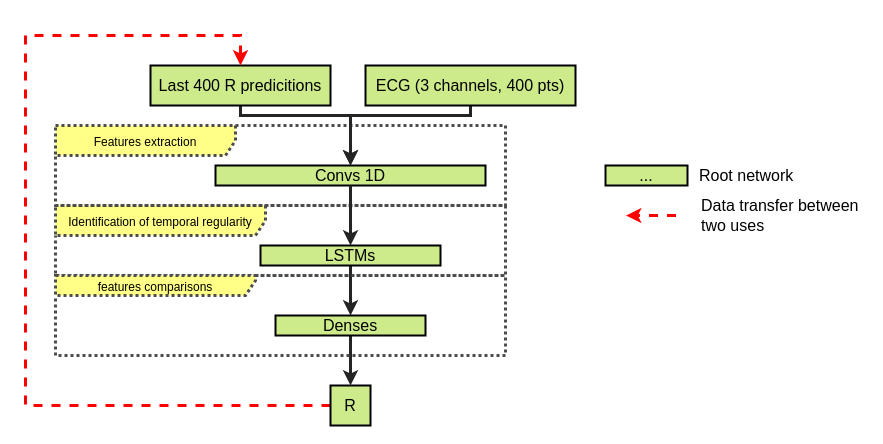
Before: page "V-2" (2 of 4) of Model.drawio in melpiro/Chess, a draw.io diagram. Source tidied: cells renumbered, new cells numbered last; positions are measured from the earlier drawing's top-left corner, leaving out a move shared by most shapes. Both pictures are drawn from the tidied source at 100%, with x=0, y=0 at pixel (25, 35).
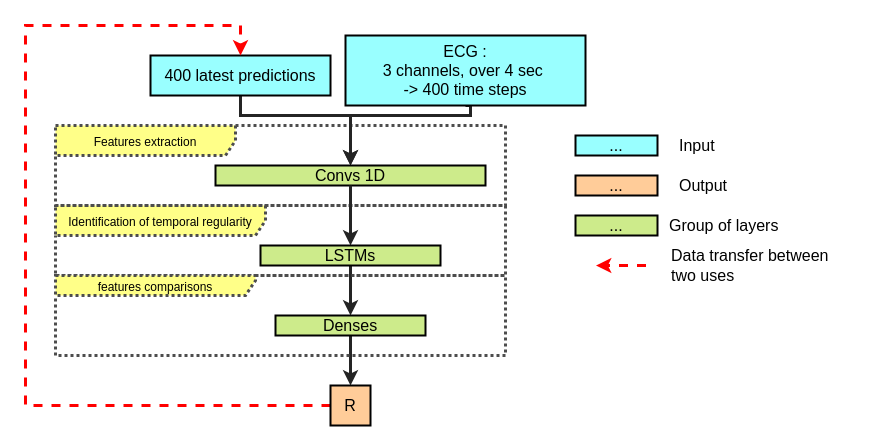
The same diagram, later.

What changed in the source:
```diff
@@
-    <mxCell id="5" value="ECG (3 channels, 400 pts)" style="rounded=0;whiteSpace=wrap;html=1;fillColor=#cdeb8b;strokeColor=#000000;fontColor=#000000;fontSize=16;strokeWidth=2;" parent="1" vertex="1">
-      <mxGeometry x="340" y="30" width="210" height="40" as="geometry" />
+    <mxCell id="5" value="ECG :&lt;br&gt;3 channels, over 4 sec&amp;nbsp;&lt;br&gt;-&amp;gt; 400&amp;nbsp;&lt;span&gt;time steps&lt;/span&gt;" style="rounded=0;whiteSpace=wrap;html=1;fillColor=#99FFFF;strokeColor=#000000;fontColor=#000000;fontSize=16;strokeWidth=2;" parent="1" vertex="1">
+      <mxGeometry x="320" width="240" height="70" as="geometry" />
     </mxCell>
@@
-    <mxCell id="7" value="Last 400 R predicitions" style="rounded=0;whiteSpace=wrap;html=1;fillColor=#cdeb8b;fontSize=16;fontColor=#000000;strokeColor=#000000;strokeWidth=2;" parent="1" vertex="1">
-      <mxGeometry x="125" y="30" width="180" height="40" as="geometry" />
+    <mxCell id="7" value="400 latest predictions" style="rounded=0;whiteSpace=wrap;html=1;fillColor=#99FFFF;fontSize=16;fontColor=#000000;strokeColor=#000000;strokeWidth=2;" parent="1" vertex="1">
+      <mxGeometry x="125" y="20" width="180" height="40" as="geometry" />
     </mxCell>
@@
     <mxCell id="14" style="edgeStyle=orthogonalEdgeStyle;rounded=0;jettySize=auto;html=1;exitX=0;exitY=0.5;exitDx=0;exitDy=0;entryX=0.5;entryY=0;entryDx=0;entryDy=0;dashed=1;fontSize=16;fontColor=#000000;strokeColor=#FF0000;strokeWidth=3;" parent="1" edge="1" source="15" target="7">
       <mxGeometry relative="1" as="geometry">
         <Array as="points">
           <mxPoint y="370" />
-          <mxPoint />
-          <mxPoint x="215" />
+          <mxPoint y="-10" />
+          <mxPoint x="215" y="-10" />
         </Array>
       </mxGeometry>
     </mxCell>
-    <mxCell id="15" value="R" style="rounded=0;whiteSpace=wrap;html=1;fillColor=#cdeb8b;strokeColor=#000000;fontColor=#000000;fontSize=16;strokeWidth=2;" parent="1" vertex="1">
+    <mxCell id="15" value="R" style="rounded=0;whiteSpace=wrap;html=1;fillColor=#FFCC99;strokeColor=#000000;fontColor=#000000;fontSize=16;strokeWidth=2;" parent="1" vertex="1">
       <mxGeometry x="305" y="350" width="40" height="40" as="geometry" />
     </mxCell>
@@
     <mxCell id="17" style="endArrow=classic;html=1;fontColor=#000000;rounded=0;dashed=1;fontSize=16;strokeColor=#FF0000;strokeWidth=3;" parent="1" edge="1">
       <mxGeometry relative="1" as="geometry">
-        <mxPoint x="650.5" y="180" as="sourcePoint" />
-        <mxPoint x="600.5" y="180" as="targetPoint" />
+        <mxPoint x="620.5" y="230" as="sourcePoint" />
+        <mxPoint x="570.5" y="230" as="targetPoint" />
       </mxGeometry>
     </mxCell>
     <mxCell id="18" value="..." style="rounded=0;whiteSpace=wrap;html=1;fillColor=#cdeb8b;strokeColor=#000000;fontColor=#000000;fontSize=16;strokeWidth=2;" parent="1" vertex="1">
-      <mxGeometry x="580" y="130" width="82" height="20" as="geometry" />
+      <mxGeometry x="550" y="180" width="82" height="20" as="geometry" />
     </mxCell>
-    <mxCell id="19" value="Root network" style="text;html=1;strokeColor=none;fillColor=none;align=left;verticalAlign=middle;whiteSpace=wrap;rounded=0;shadow=0;glass=0;sketch=1;fillWeight=5;hachureGap=-1;fontColor=#000000;fontSize=16;" parent="1" vertex="1">
-      <mxGeometry x="672" y="130" width="110" height="20" as="geometry" />
+    <mxCell id="19" value="Group of layers" style="text;html=1;strokeColor=none;fillColor=none;align=left;verticalAlign=middle;whiteSpace=wrap;rounded=0;shadow=0;glass=0;sketch=1;fillWeight=5;hachureGap=-1;fontColor=#000000;fontSize=16;" parent="1" vertex="1">
+      <mxGeometry x="642" y="180" width="128" height="20" as="geometry" />
     </mxCell>
     <mxCell id="20" value="Data transfer between two uses" style="text;html=1;strokeColor=none;fillColor=none;align=left;verticalAlign=middle;whiteSpace=wrap;rounded=0;shadow=0;glass=0;sketch=1;fillWeight=5;hachureGap=-1;fontColor=#000000;fontSize=16;" parent="1" vertex="1">
-      <mxGeometry x="673.5" y="170" width="166.5" height="20" as="geometry" />
+      <mxGeometry x="643.5" y="220" width="166.5" height="20" as="geometry" />
     </mxCell>
+    <mxCell id="21" value="..." style="rounded=0;whiteSpace=wrap;html=1;fillColor=#FFCC99;strokeColor=#000000;fontColor=#000000;fontSize=16;strokeWidth=2;" parent="1" vertex="1">
+      <mxGeometry x="550" y="140" width="82" height="20" as="geometry" />
+    </mxCell>
+    <mxCell id="22" value="Output" style="text;html=1;strokeColor=none;fillColor=none;align=left;verticalAlign=middle;whiteSpace=wrap;rounded=0;shadow=0;glass=0;sketch=1;fillWeight=5;hachureGap=-1;fontColor=#000000;fontSize=16;" parent="1" vertex="1">
+      <mxGeometry x="652" y="140" width="128" height="20" as="geometry" />
+    </mxCell>
+    <mxCell id="23" value="..." style="rounded=0;whiteSpace=wrap;html=1;fillColor=#99FFFF;strokeColor=#000000;fontColor=#000000;fontSize=16;strokeWidth=2;" parent="1" vertex="1">
+      <mxGeometry x="550" y="100" width="82" height="20" as="geometry" />
+    </mxCell>
+    <mxCell id="24" value="Input" style="text;html=1;strokeColor=none;fillColor=none;align=left;verticalAlign=middle;whiteSpace=wrap;rounded=0;shadow=0;glass=0;sketch=1;fillWeight=5;hachureGap=-1;fontColor=#000000;fontSize=16;" parent="1" vertex="1">
+      <mxGeometry x="652" y="100" width="128" height="20" as="geometry" />
+    </mxCell>
```
